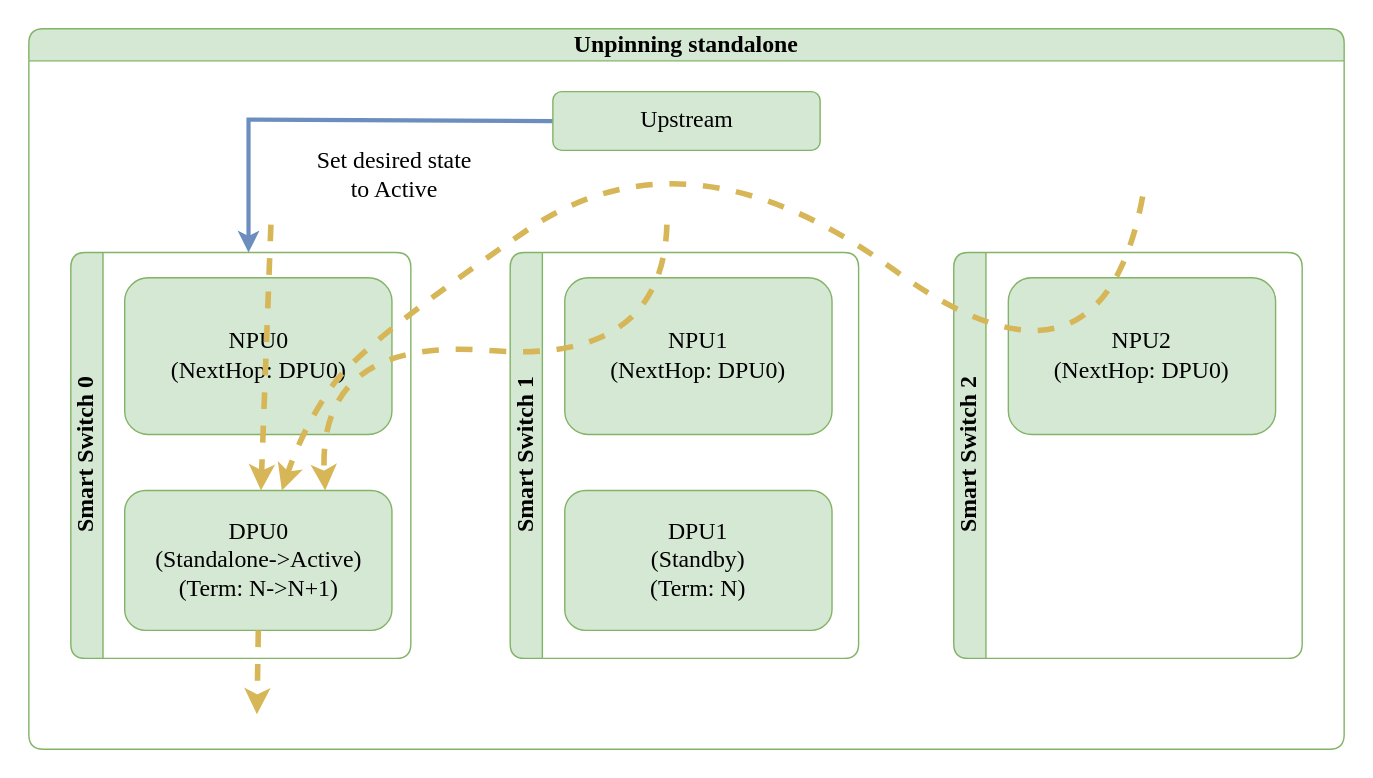
The draw.io diagram doc/smart-switch/high-availability/images/ha-planned-events-standalone-unpin.svg in sonic-net/SONiC, before a commit. Source tidied: cells renumbered, new cells last; positions are measured from the earlier drawing's top-left corner, leaving out a move shared by most shapes.
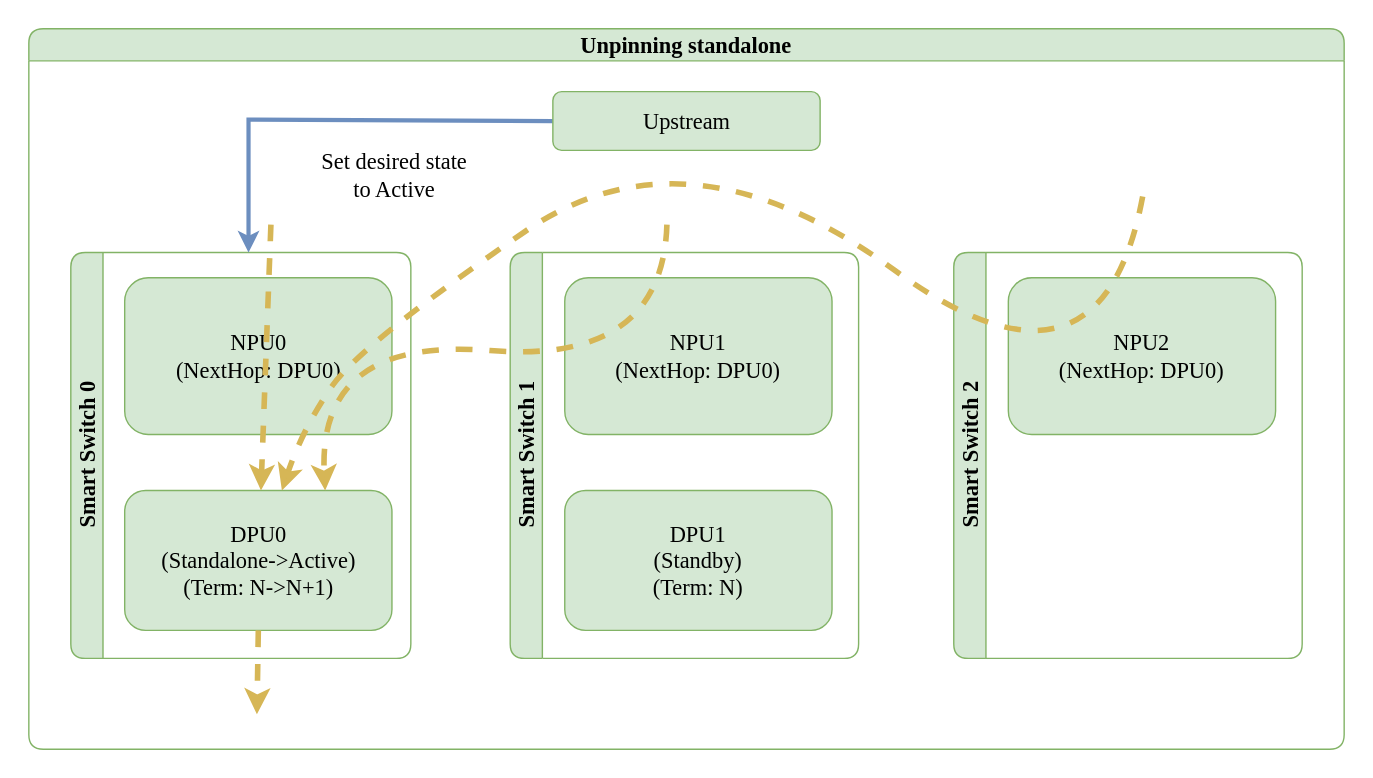
The same file after the commit.

Diff of the diagram source:
```diff
@@ -2,33 +2,33 @@
   <root>
     <mxCell id="0" />
     <mxCell id="1" parent="0" />
-    <mxCell id="2" value="Unpinning standalone" style="swimlane;horizontal=1;whiteSpace=wrap;html=1;rounded=1;labelBorderColor=none;strokeColor=#82b366;fontFamily=Consolas;fontSize=17;startSize=23;fillColor=#d5e8d4;swimlaneFillColor=#FFFFFF;" parent="1" vertex="1">
+    <mxCell id="2" value="Unpinning standalone" style="swimlane;horizontal=1;whiteSpace=wrap;html=1;rounded=1;labelBorderColor=none;strokeColor=#82b366;fontFamily=Monaco;fontSize=16;startSize=23;fillColor=#d5e8d4;swimlaneFillColor=#FFFFFF;" parent="1" vertex="1">
       <mxGeometry width="940" height="515" as="geometry" />
     </mxCell>
-    <mxCell id="3" value="Smart Switch 0" style="swimlane;horizontal=0;whiteSpace=wrap;html=1;rounded=1;labelBorderColor=none;strokeColor=#82b366;fontFamily=Consolas;fontSize=17;startSize=23;fillColor=#d5e8d4;swimlaneFillColor=#FFFFFF;" parent="2" vertex="1">
+    <mxCell id="3" value="Smart Switch 0" style="swimlane;horizontal=0;whiteSpace=wrap;html=1;rounded=1;labelBorderColor=none;strokeColor=#82b366;fontFamily=Monaco;fontSize=16;startSize=23;fillColor=#d5e8d4;swimlaneFillColor=#FFFFFF;" parent="2" vertex="1">
       <mxGeometry x="30" y="160" width="243" height="290" as="geometry" />
     </mxCell>
-    <mxCell id="4" value="NPU0&lt;br style=&quot;font-size: 17px;&quot;&gt;(NextHop: DPU0)" style="rounded=1;whiteSpace=wrap;html=1;strokeColor=#82b366;fontFamily=Consolas;fontSize=17;startSize=23;fillColor=#d5e8d4;" parent="3" vertex="1">
+    <mxCell id="4" value="NPU0&lt;br style=&quot;font-size: 16px;&quot;&gt;(NextHop: DPU0)" style="rounded=1;whiteSpace=wrap;html=1;strokeColor=#82b366;fontFamily=Monaco;fontSize=16;startSize=23;fillColor=#d5e8d4;" parent="3" vertex="1">
       <mxGeometry x="38.5" y="18" width="191" height="112" as="geometry" />
     </mxCell>
-    <mxCell id="5" value="DPU0&lt;br style=&quot;border-color: var(--border-color); font-size: 17px;&quot;&gt;(Standalone-&amp;gt;Active)&lt;br style=&quot;font-size: 17px;&quot;&gt;(Term: N-&amp;gt;N+1)" style="rounded=1;whiteSpace=wrap;html=1;strokeColor=#82b366;fontFamily=Consolas;fontSize=17;startSize=23;fillColor=#d5e8d4;" parent="3" vertex="1">
+    <mxCell id="5" value="DPU0&lt;br style=&quot;border-color: var(--border-color); font-size: 16px;&quot;&gt;(Standalone-&amp;gt;Active)&lt;br style=&quot;font-size: 16px;&quot;&gt;(Term: N-&amp;gt;N+1)" style="rounded=1;whiteSpace=wrap;html=1;strokeColor=#82b366;fontFamily=Monaco;fontSize=16;startSize=23;fillColor=#d5e8d4;" parent="3" vertex="1">
       <mxGeometry x="38.5" y="170" width="191" height="100" as="geometry" />
     </mxCell>
-    <mxCell id="6" value="Smart Switch 1" style="swimlane;horizontal=0;whiteSpace=wrap;html=1;rounded=1;labelBorderColor=none;strokeColor=#82b366;fontFamily=Consolas;fontSize=17;startSize=23;fillColor=#d5e8d4;swimlaneFillColor=#FFFFFF;" parent="2" vertex="1">
+    <mxCell id="6" value="Smart Switch 1" style="swimlane;horizontal=0;whiteSpace=wrap;html=1;rounded=1;labelBorderColor=none;strokeColor=#82b366;fontFamily=Monaco;fontSize=16;startSize=23;fillColor=#d5e8d4;swimlaneFillColor=#FFFFFF;" parent="2" vertex="1">
       <mxGeometry x="344" y="160" width="249" height="290" as="geometry" />
     </mxCell>
-    <mxCell id="7" value="NPU1&lt;br style=&quot;font-size: 17px;&quot;&gt;(NextHop: DPU0)" style="rounded=1;whiteSpace=wrap;html=1;strokeColor=#82b366;fontFamily=Consolas;fontSize=17;startSize=23;fillColor=#d5e8d4;" parent="6" vertex="1">
+    <mxCell id="7" value="NPU1&lt;br style=&quot;font-size: 16px;&quot;&gt;(NextHop: DPU0)" style="rounded=1;whiteSpace=wrap;html=1;strokeColor=#82b366;fontFamily=Monaco;fontSize=16;startSize=23;fillColor=#d5e8d4;" parent="6" vertex="1">
       <mxGeometry x="39" y="18" width="191" height="112" as="geometry" />
     </mxCell>
-    <mxCell id="8" value="DPU1&lt;br style=&quot;border-color: var(--border-color); font-size: 17px;&quot;&gt;(Standby)&lt;br style=&quot;border-color: var(--border-color); font-size: 17px;&quot;&gt;(Term: N)" style="rounded=1;whiteSpace=wrap;html=1;strokeColor=#82b366;fontFamily=Consolas;fontSize=17;startSize=23;fillColor=#d5e8d4;" parent="6" vertex="1">
+    <mxCell id="8" value="DPU1&lt;br style=&quot;border-color: var(--border-color); font-size: 16px;&quot;&gt;(Standby)&lt;br style=&quot;border-color: var(--border-color); font-size: 16px;&quot;&gt;(Term: N)" style="rounded=1;whiteSpace=wrap;html=1;strokeColor=#82b366;fontFamily=Monaco;fontSize=16;startSize=23;fillColor=#d5e8d4;" parent="6" vertex="1">
       <mxGeometry x="39" y="170" width="191" height="100" as="geometry" />
     </mxCell>
-    <mxCell id="9" style="curved=1;endArrow=classic;html=1;rounded=0;fillColor=#fff2cc;strokeColor=#d6b656;strokeWidth=4;dashed=1;endFill=1;fontFamily=Consolas;fontSize=17;" parent="2" edge="1" target="5">
+    <mxCell id="9" style="curved=1;endArrow=classic;html=1;rounded=0;fillColor=#fff2cc;strokeColor=#d6b656;strokeWidth=4;dashed=1;endFill=1;fontFamily=Monaco;fontSize=16;" parent="2" edge="1" target="5">
       <mxGeometry relative="1" as="geometry">
         <mxPoint x="173" y="140" as="sourcePoint" />
       </mxGeometry>
     </mxCell>
-    <mxCell id="10" style="curved=1;endArrow=classic;html=1;rounded=0;entryX=0.75;entryY=0;entryDx=0;entryDy=0;fillColor=#fff2cc;strokeColor=#d6b656;strokeWidth=4;dashed=1;endFill=1;fontFamily=Consolas;fontSize=17;" parent="2" edge="1" target="5">
+    <mxCell id="10" style="curved=1;endArrow=classic;html=1;rounded=0;entryX=0.75;entryY=0;entryDx=0;entryDy=0;fillColor=#fff2cc;strokeColor=#d6b656;strokeWidth=4;dashed=1;endFill=1;fontFamily=Monaco;fontSize=16;" parent="2" edge="1" target="5">
       <mxGeometry relative="1" as="geometry">
         <mxPoint x="456" y="140" as="sourcePoint" />
         <Array as="points">
@@ -37,18 +37,18 @@
         </Array>
       </mxGeometry>
     </mxCell>
-    <mxCell id="11" style="endArrow=classic;html=1;rounded=0;fillColor=#fff2cc;strokeColor=#d6b656;strokeWidth=4;dashed=1;endFill=1;exitX=0.5;exitY=1;exitDx=0;exitDy=0;fontFamily=Consolas;fontSize=17;" parent="2" edge="1" source="5">
+    <mxCell id="11" style="endArrow=classic;html=1;rounded=0;fillColor=#fff2cc;strokeColor=#d6b656;strokeWidth=4;dashed=1;endFill=1;exitX=0.5;exitY=1;exitDx=0;exitDy=0;fontFamily=Monaco;fontSize=16;" parent="2" edge="1" source="5">
       <mxGeometry relative="1" as="geometry">
         <mxPoint x="163" y="490" as="targetPoint" />
       </mxGeometry>
     </mxCell>
-    <mxCell id="12" value="Smart Switch 2" style="swimlane;horizontal=0;whiteSpace=wrap;html=1;rounded=1;labelBorderColor=none;strokeColor=#82b366;fontFamily=Consolas;fontSize=17;startSize=23;fillColor=#d5e8d4;swimlaneFillColor=#FFFFFF;" parent="2" vertex="1">
+    <mxCell id="12" value="Smart Switch 2" style="swimlane;horizontal=0;whiteSpace=wrap;html=1;rounded=1;labelBorderColor=none;strokeColor=#82b366;fontFamily=Monaco;fontSize=16;startSize=23;fillColor=#d5e8d4;swimlaneFillColor=#FFFFFF;" parent="2" vertex="1">
       <mxGeometry x="661" y="160" width="249" height="290" as="geometry" />
     </mxCell>
-    <mxCell id="13" value="NPU2&lt;br style=&quot;font-size: 17px;&quot;&gt;(NextHop: DPU0)" style="rounded=1;whiteSpace=wrap;html=1;strokeColor=#82b366;fontFamily=Consolas;fontSize=17;startSize=23;fillColor=#d5e8d4;" parent="12" vertex="1">
+    <mxCell id="13" value="NPU2&lt;br style=&quot;font-size: 16px;&quot;&gt;(NextHop: DPU0)" style="rounded=1;whiteSpace=wrap;html=1;strokeColor=#82b366;fontFamily=Monaco;fontSize=16;startSize=23;fillColor=#d5e8d4;" parent="12" vertex="1">
       <mxGeometry x="39" y="18" width="191" height="112" as="geometry" />
     </mxCell>
-    <mxCell id="14" style="curved=1;endArrow=classic;html=1;rounded=0;fillColor=#fff2cc;strokeColor=#d6b656;strokeWidth=4;dashed=1;endFill=1;fontFamily=Consolas;fontSize=17;" parent="2" edge="1" target="5">
+    <mxCell id="14" style="curved=1;endArrow=classic;html=1;rounded=0;fillColor=#fff2cc;strokeColor=#d6b656;strokeWidth=4;dashed=1;endFill=1;fontFamily=Monaco;fontSize=16;" parent="2" edge="1" target="5">
       <mxGeometry relative="1" as="geometry">
         <mxPoint x="796" y="120" as="sourcePoint" />
         <Array as="points">
@@ -59,7 +59,7 @@
         </Array>
       </mxGeometry>
     </mxCell>
-    <mxCell id="15" value="Set desired state&lt;br style=&quot;font-size: 17px;&quot;&gt;to Active" style="endArrow=classic;startArrow=none;html=1;exitX=0;exitY=0.5;exitDx=0;exitDy=0;fillColor=#dae8fc;strokeColor=#6c8ebf;strokeWidth=3;fontFamily=Consolas;fontSize=17;startFill=0;endFill=1;labelBackgroundColor=none;entryX=0.5;entryY=0;entryDx=0;entryDy=0;rounded=0;" parent="2" edge="1" source="16">
+    <mxCell id="15" value="Set desired state&lt;br style=&quot;font-size: 16px;&quot;&gt;to Active" style="endArrow=classic;startArrow=none;html=1;exitX=0;exitY=0.5;exitDx=0;exitDy=0;fillColor=#dae8fc;strokeColor=#6c8ebf;strokeWidth=3;fontFamily=Monaco;fontSize=16;startFill=0;endFill=1;labelBackgroundColor=none;entryX=0.5;entryY=0;entryDx=0;entryDy=0;rounded=0;" parent="2" edge="1" source="16">
       <mxGeometry x="-0.27" y="40" relative="1" as="geometry">
         <mxPoint x="157" y="160" as="targetPoint" />
         <Array as="points">
@@ -67,7 +67,7 @@
         </Array>
       </mxGeometry>
     </mxCell>
-    <mxCell id="16" value="Upstream" style="rounded=1;whiteSpace=wrap;html=1;strokeColor=#82b366;fontFamily=Consolas;fontSize=17;startSize=23;fillColor=#d5e8d4;" parent="2" vertex="1">
+    <mxCell id="16" value="Upstream" style="rounded=1;whiteSpace=wrap;html=1;strokeColor=#82b366;fontFamily=Monaco;fontSize=16;startSize=23;fillColor=#d5e8d4;" parent="2" vertex="1">
       <mxGeometry x="374.5" y="45" width="191" height="42" as="geometry" />
     </mxCell>
   </root>
```
